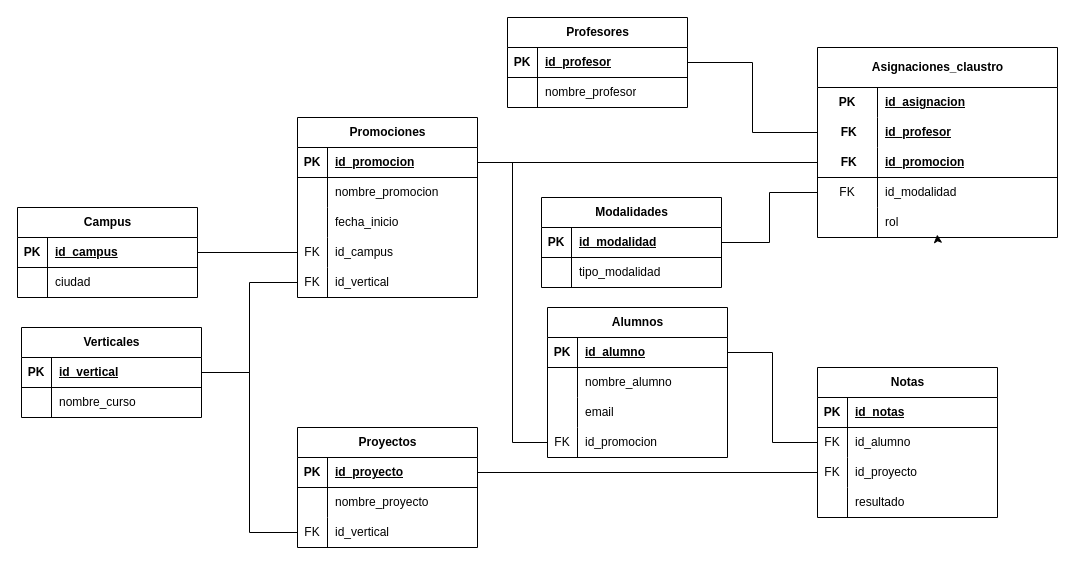
pablo-droid/proyecto_sql_noviembre keeps this draw.io diagram as page "MODELO_LOGICO" (1 of 2) of modelo-diagrama.drawio. Above is the earlier version. Source tidied: cells renumbered, new cells numbered last; positions are measured from the earlier drawing's top-left corner, leaving out a move shared by most shapes. Both pictures are drawn from the tidied source at 100%, with x=0, y=0 at pixel (17, 17).
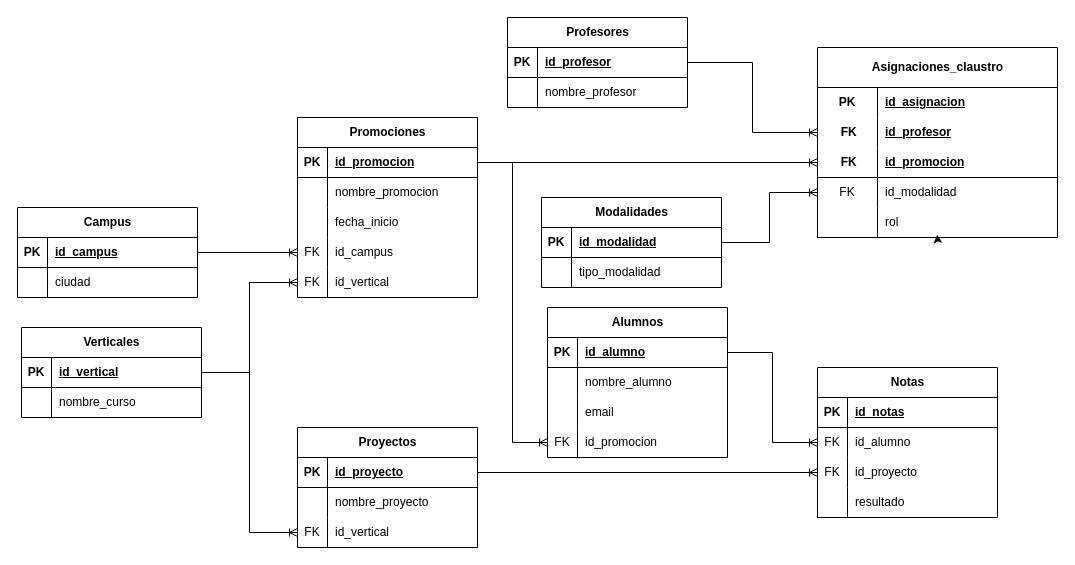
Above is the later version.

Commit message:
added associations to diagrams

Unchanged cells that the change refers to:
```xml
<mxCell id="3" style="shape=tableRow;horizontal=0;startSize=0;swimlaneHead=0;swimlaneBody=0;fillColor=none;points=[[0,0.5],[1,0.5]];portConstraint=eastwest;top=0;left=0;right=0;bottom=1;" parent="2" vertex="1">
  <mxGeometry y="30" width="180" height="30" as="geometry" />
</mxCell>
<mxCell id="12" style="shape=tableRow;horizontal=0;startSize=0;swimlaneHead=0;swimlaneBody=0;fillColor=none;points=[[0,0.5],[1,0.5]];portConstraint=eastwest;top=0;left=0;right=0;bottom=0;" parent="2" vertex="1">
  <mxGeometry y="120" width="180" height="30" as="geometry" />
</mxCell>
<mxCell id="16" style="shape=tableRow;horizontal=0;startSize=0;swimlaneHead=0;swimlaneBody=0;fillColor=none;points=[[0,0.5],[1,0.5]];portConstraint=eastwest;top=0;left=0;right=0;bottom=1;" parent="15" vertex="1">
  <mxGeometry y="30" width="180" height="30" as="geometry" />
</mxCell>
<mxCell id="25" style="shape=tableRow;horizontal=0;startSize=0;swimlaneHead=0;swimlaneBody=0;fillColor=none;points=[[0,0.5],[1,0.5]];portConstraint=eastwest;top=0;left=0;right=0;bottom=0;" parent="15" vertex="1">
  <mxGeometry y="120" width="180" height="30" as="geometry" />
</mxCell>
<mxCell id="28" style="shape=tableRow;horizontal=0;startSize=0;swimlaneHead=0;swimlaneBody=0;fillColor=none;points=[[0,0.5],[1,0.5]];portConstraint=eastwest;top=0;left=0;right=0;bottom=0;" parent="15" vertex="1">
  <mxGeometry y="150" width="180" height="30" as="geometry" />
</mxCell>
<mxCell id="32" style="shape=tableRow;horizontal=0;startSize=0;swimlaneHead=0;swimlaneBody=0;fillColor=none;points=[[0,0.5],[1,0.5]];portConstraint=eastwest;top=0;left=0;right=0;bottom=1;" parent="31" vertex="1">
  <mxGeometry y="30" width="180" height="30" as="geometry" />
</mxCell>
<mxCell id="39" style="shape=tableRow;horizontal=0;startSize=0;swimlaneHead=0;swimlaneBody=0;fillColor=none;points=[[0,0.5],[1,0.5]];portConstraint=eastwest;top=0;left=0;right=0;bottom=1;" parent="38" vertex="1">
  <mxGeometry y="30" width="180" height="30" as="geometry" />
</mxCell>
<mxCell id="46" style="shape=tableRow;horizontal=0;startSize=0;swimlaneHead=0;swimlaneBody=0;fillColor=none;points=[[0,0.5],[1,0.5]];portConstraint=eastwest;top=0;left=0;right=0;bottom=1;" parent="45" vertex="1">
  <mxGeometry y="30" width="180" height="30" as="geometry" />
</mxCell>
<mxCell id="53" style="shape=tableRow;horizontal=0;startSize=0;swimlaneHead=0;swimlaneBody=0;fillColor=none;points=[[0,0.5],[1,0.5]];portConstraint=eastwest;top=0;left=0;right=0;bottom=1;" parent="52" vertex="1">
  <mxGeometry y="30" width="180" height="30" as="geometry" />
</mxCell>
<mxCell id="60" style="shape=tableRow;horizontal=0;startSize=0;swimlaneHead=0;swimlaneBody=0;fillColor=none;points=[[0,0.5],[1,0.5]];portConstraint=eastwest;top=0;left=0;right=0;bottom=1;" parent="59" vertex="1">
  <mxGeometry y="30" width="180" height="30" as="geometry" />
</mxCell>
<mxCell id="66" style="shape=tableRow;horizontal=0;startSize=0;swimlaneHead=0;swimlaneBody=0;fillColor=none;points=[[0,0.5],[1,0.5]];portConstraint=eastwest;top=0;left=0;right=0;bottom=0;" parent="59" vertex="1">
  <mxGeometry y="90" width="180" height="30" as="geometry" />
</mxCell>
<mxCell id="73" style="shape=tableRow;horizontal=0;startSize=0;swimlaneHead=0;swimlaneBody=0;fillColor=none;points=[[0,0.5],[1,0.5]];portConstraint=eastwest;top=0;left=0;right=0;bottom=0;" parent="69" vertex="1">
  <mxGeometry y="60" width="180" height="30" as="geometry" />
</mxCell>
<mxCell id="76" style="shape=tableRow;horizontal=0;startSize=0;swimlaneHead=0;swimlaneBody=0;fillColor=none;points=[[0,0.5],[1,0.5]];portConstraint=eastwest;top=0;left=0;right=0;bottom=0;" parent="69" vertex="1">
  <mxGeometry y="90" width="180" height="30" as="geometry" />
</mxCell>
<mxCell id="86" style="shape=tableRow;horizontal=0;startSize=0;swimlaneHead=0;swimlaneBody=0;fillColor=none;points=[[0,0.5],[1,0.5]];portConstraint=eastwest;top=0;left=0;right=0;bottom=0;" parent="82" vertex="1">
  <mxGeometry y="70" width="240" height="30" as="geometry" />
</mxCell>
<mxCell id="89" style="shape=tableRow;horizontal=0;startSize=0;swimlaneHead=0;swimlaneBody=0;fillColor=none;points=[[0,0.5],[1,0.5]];portConstraint=eastwest;top=0;left=0;right=0;bottom=1;" parent="82" vertex="1">
  <mxGeometry y="100" width="240" height="30" as="geometry" />
</mxCell>
<mxCell id="92" style="shape=tableRow;horizontal=0;startSize=0;swimlaneHead=0;swimlaneBody=0;fillColor=none;points=[[0,0.5],[1,0.5]];portConstraint=eastwest;top=0;left=0;right=0;bottom=0;" parent="82" vertex="1">
  <mxGeometry y="130" width="240" height="30" as="geometry" />
</mxCell>
```

What changed in the source:
```diff
@@
-    <mxCell id="99" style="edgeStyle=orthogonalEdgeStyle;rounded=0;jettySize=auto;html=1;exitX=1;exitY=0.5;exitDx=0;exitDy=0;entryX=0;entryY=0.5;entryDx=0;entryDy=0;defaultLabelBackgroundColor=page;labelPadding=0 4;endArrow=none;endFill=0;" parent="1" edge="1" source="3" target="73">
+    <mxCell id="99" style="edgeStyle=orthogonalEdgeStyle;rounded=0;jettySize=auto;html=1;exitX=1;exitY=0.5;exitDx=0;exitDy=0;entryX=0;entryY=0.5;entryDx=0;entryDy=0;defaultLabelBackgroundColor=page;labelPadding=0 4;endArrow=ERoneToMany;endFill=0;" parent="1" edge="1" source="3" target="73">
       <mxGeometry relative="1" as="geometry" />
     </mxCell>
-    <mxCell id="100" style="edgeStyle=orthogonalEdgeStyle;rounded=0;jettySize=auto;html=1;exitX=1;exitY=0.5;exitDx=0;exitDy=0;entryX=0;entryY=0.5;entryDx=0;entryDy=0;defaultLabelBackgroundColor=page;labelPadding=0 4;endArrow=none;endFill=0;" parent="1" edge="1" source="60" target="76">
+    <mxCell id="100" style="edgeStyle=orthogonalEdgeStyle;rounded=0;jettySize=auto;html=1;exitX=1;exitY=0.5;exitDx=0;exitDy=0;entryX=0;entryY=0.5;entryDx=0;entryDy=0;defaultLabelBackgroundColor=page;labelPadding=0 4;endArrow=ERoneToMany;endFill=0;" parent="1" edge="1" source="60" target="76">
       <mxGeometry relative="1" as="geometry" />
     </mxCell>
-    <mxCell id="101" style="edgeStyle=orthogonalEdgeStyle;rounded=0;jettySize=auto;html=1;exitX=1;exitY=0.5;exitDx=0;exitDy=0;entryX=0;entryY=0.5;entryDx=0;entryDy=0;defaultLabelBackgroundColor=page;labelPadding=0 4;endArrow=none;endFill=0;" parent="1" edge="1" source="39" target="66">
+    <mxCell id="101" style="edgeStyle=orthogonalEdgeStyle;rounded=0;jettySize=auto;html=1;exitX=1;exitY=0.5;exitDx=0;exitDy=0;entryX=0;entryY=0.5;entryDx=0;entryDy=0;defaultLabelBackgroundColor=page;labelPadding=0 4;endArrow=ERoneToMany;endFill=0;" parent="1" edge="1" source="39" target="66">
       <mxGeometry relative="1" as="geometry" />
     </mxCell>
-    <mxCell id="102" style="edgeStyle=orthogonalEdgeStyle;rounded=0;jettySize=auto;html=1;exitX=1;exitY=0.5;exitDx=0;exitDy=0;entryX=0;entryY=0.5;entryDx=0;entryDy=0;defaultLabelBackgroundColor=page;labelPadding=0 4;endArrow=none;endFill=0;" parent="1" edge="1" source="16" target="12">
+    <mxCell id="102" style="edgeStyle=orthogonalEdgeStyle;rounded=0;jettySize=auto;html=1;exitX=1;exitY=0.5;exitDx=0;exitDy=0;entryX=0;entryY=0.5;entryDx=0;entryDy=0;defaultLabelBackgroundColor=page;labelPadding=0 4;endArrow=ERoneToMany;endFill=0;" parent="1" edge="1" source="16" target="12">
       <mxGeometry relative="1" as="geometry" />
     </mxCell>
-    <mxCell id="103" style="edgeStyle=orthogonalEdgeStyle;rounded=0;jettySize=auto;html=1;exitX=1;exitY=0.5;exitDx=0;exitDy=0;entryX=0;entryY=0.5;entryDx=0;entryDy=0;defaultLabelBackgroundColor=page;labelPadding=0 4;endArrow=none;endFill=0;" parent="1" edge="1" source="32" target="25">
+    <mxCell id="103" style="edgeStyle=orthogonalEdgeStyle;rounded=0;jettySize=auto;html=1;exitX=1;exitY=0.5;exitDx=0;exitDy=0;entryX=0;entryY=0.5;entryDx=0;entryDy=0;defaultLabelBackgroundColor=page;labelPadding=0 4;endArrow=ERoneToMany;endFill=0;" parent="1" edge="1" source="32" target="25">
       <mxGeometry relative="1" as="geometry" />
     </mxCell>
-    <mxCell id="104" style="edgeStyle=orthogonalEdgeStyle;rounded=0;jettySize=auto;html=1;exitX=1;exitY=0.5;exitDx=0;exitDy=0;entryX=0;entryY=0.5;entryDx=0;entryDy=0;defaultLabelBackgroundColor=page;labelPadding=0 4;endArrow=none;endFill=0;" parent="1" edge="1" source="39" target="28">
+    <mxCell id="104" style="edgeStyle=orthogonalEdgeStyle;rounded=0;jettySize=auto;html=1;exitX=1;exitY=0.5;exitDx=0;exitDy=0;entryX=0;entryY=0.5;entryDx=0;entryDy=0;defaultLabelBackgroundColor=page;labelPadding=0 4;endArrow=ERoneToMany;endFill=0;" parent="1" edge="1" source="39" target="28">
       <mxGeometry relative="1" as="geometry" />
     </mxCell>
-    <mxCell id="105" style="edgeStyle=orthogonalEdgeStyle;rounded=0;jettySize=auto;html=1;exitX=1;exitY=0.5;exitDx=0;exitDy=0;entryX=0;entryY=0.5;entryDx=0;entryDy=0;defaultLabelBackgroundColor=page;labelPadding=0 4;endArrow=none;endFill=0;" parent="1" edge="1" source="53" target="92">
+    <mxCell id="105" style="edgeStyle=orthogonalEdgeStyle;rounded=0;jettySize=auto;html=1;exitX=1;exitY=0.5;exitDx=0;exitDy=0;entryX=0;entryY=0.5;entryDx=0;entryDy=0;defaultLabelBackgroundColor=page;labelPadding=0 4;endArrow=ERoneToMany;endFill=0;" parent="1" edge="1" source="53" target="92">
       <mxGeometry relative="1" as="geometry" />
     </mxCell>
-    <mxCell id="106" style="edgeStyle=orthogonalEdgeStyle;rounded=0;jettySize=auto;html=1;exitX=1;exitY=0.5;exitDx=0;exitDy=0;entryX=0;entryY=0.5;entryDx=0;entryDy=0;defaultLabelBackgroundColor=page;labelPadding=0 4;endArrow=none;endFill=0;" parent="1" edge="1" source="46" target="86">
+    <mxCell id="106" style="edgeStyle=orthogonalEdgeStyle;rounded=0;jettySize=auto;html=1;exitX=1;exitY=0.5;exitDx=0;exitDy=0;entryX=0;entryY=0.5;entryDx=0;entryDy=0;defaultLabelBackgroundColor=page;labelPadding=0 4;endArrow=ERoneToMany;endFill=0;" parent="1" edge="1" source="46" target="86">
       <mxGeometry relative="1" as="geometry" />
     </mxCell>
-    <mxCell id="107" style="edgeStyle=orthogonalEdgeStyle;rounded=0;jettySize=auto;html=1;exitX=1;exitY=0.5;exitDx=0;exitDy=0;entryX=0;entryY=0.5;entryDx=0;entryDy=0;defaultLabelBackgroundColor=page;labelPadding=0 4;endArrow=none;endFill=0;" parent="1" edge="1" source="16" target="89">
+    <mxCell id="107" style="edgeStyle=orthogonalEdgeStyle;rounded=0;jettySize=auto;html=1;exitX=1;exitY=0.5;exitDx=0;exitDy=0;entryX=0;entryY=0.5;entryDx=0;entryDy=0;defaultLabelBackgroundColor=page;labelPadding=0 4;endArrow=ERoneToMany;endFill=0;" parent="1" edge="1" source="16" target="89">
       <mxGeometry relative="1" as="geometry" />
     </mxCell>
```
